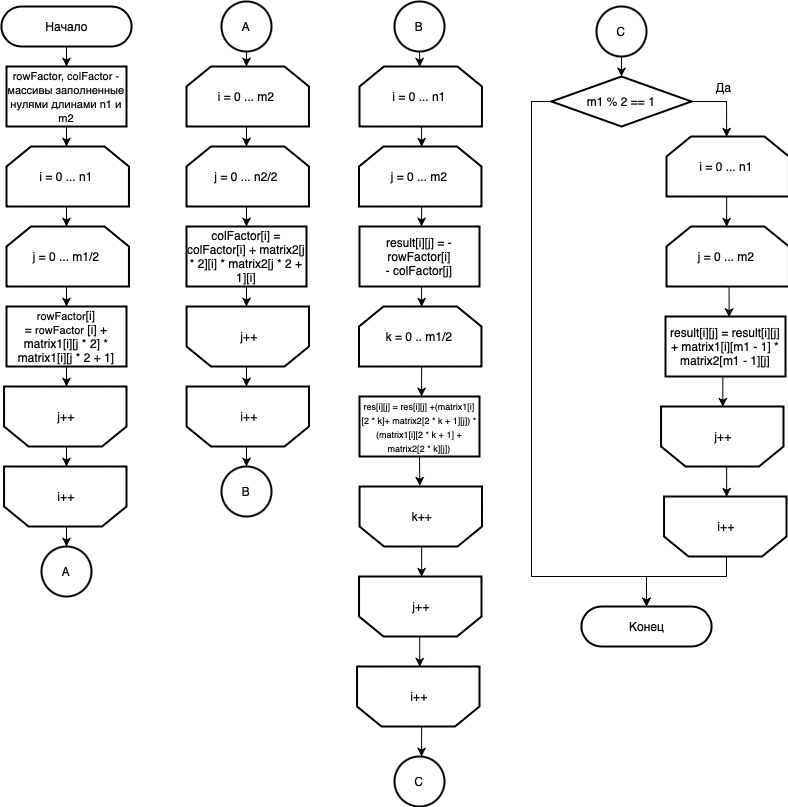
Above: lab_02/report/tex/vin.drawio.png in katya-varlamova/5-sem-aa (draw.io), before the change. Source tidied: cells renumbered, new cells last; positions are measured from the earlier drawing's top-left corner, leaving out a move shared by most shapes.
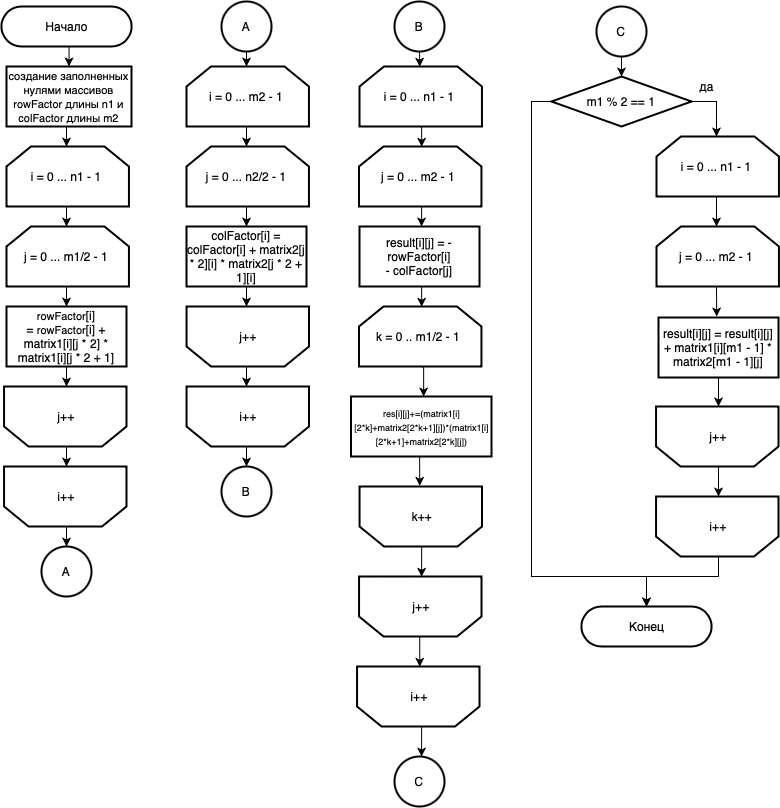
After the commit.

Diff of the diagram source:
```diff
@@ -13,8 +13,8 @@
         <mxPoint x="65" y="145" as="targetPoint" />
       </mxGeometry>
     </mxCell>
-    <mxCell id="5" value="&lt;font style=&quot;font-size: 11px&quot;&gt;rowFactor, colFactor - массивы заполненные нулями длинами n1 и m2&lt;/font&gt;" style="rounded=0;whiteSpace=wrap;html=1;strokeWidth=2;" parent="1" vertex="1">
-      <mxGeometry x="5" y="65" width="120" height="60" as="geometry" />
+    <mxCell id="5" value="&lt;span style=&quot;font-size: 11px&quot;&gt;создание заполненных нулями массивов rowFactor длины n1 и colFactor длины m2&lt;/span&gt;" style="rounded=0;whiteSpace=wrap;html=1;strokeWidth=2;" parent="1" vertex="1">
+      <mxGeometry x="5" y="65" width="125" height="60" as="geometry" />
     </mxCell>
     <mxCell id="6" style="edgeStyle=orthogonalEdgeStyle;rounded=0;orthogonalLoop=1;jettySize=auto;html=1;exitX=0.5;exitY=1;exitDx=0;exitDy=0;exitPerimeter=0;entryX=0.5;entryY=0;entryDx=0;entryDy=0;entryPerimeter=0;" parent="1" edge="1">
       <mxGeometry relative="1" as="geometry">
@@ -32,7 +32,7 @@
         <mxPoint x="65" y="385" as="targetPoint" />
       </mxGeometry>
     </mxCell>
-    <mxCell id="9" value="&lt;span style=&quot;font-size: 11px&quot;&gt;rowFactor&lt;/span&gt;[i] =&amp;nbsp;&lt;span style=&quot;font-size: 11px&quot;&gt;rowFactor&lt;/span&gt;&amp;nbsp;[i] + matrix1[i][j * 2] * matrix1[i][j * 2 + 1]" style="rounded=0;whiteSpace=wrap;html=1;strokeWidth=2;" parent="1" vertex="1">
+    <mxCell id="9" value="&lt;span style=&quot;font-size: 11px&quot;&gt;rowFactor&lt;/span&gt;[i] =&amp;nbsp;&lt;span style=&quot;font-size: 11px&quot;&gt;rowFactor&lt;/span&gt;[i] + matrix1[i][j * 2] * matrix1[i][j * 2 + 1]" style="rounded=0;whiteSpace=wrap;html=1;strokeWidth=2;" parent="1" vertex="1">
       <mxGeometry x="5" y="305" width="120" height="60" as="geometry" />
     </mxCell>
     <mxCell id="10" style="edgeStyle=orthogonalEdgeStyle;rounded=0;orthogonalLoop=1;jettySize=auto;html=1;exitX=0.5;exitY=0;exitDx=0;exitDy=0;exitPerimeter=0;entryX=0.5;entryY=1;entryDx=0;entryDy=0;entryPerimeter=0;" parent="1" edge="1">
@@ -127,8 +127,8 @@
         <mxPoint x="418.2" y="484.3" as="targetPoint" />
       </mxGeometry>
     </mxCell>
-    <mxCell id="30" value="&lt;font style=&quot;font-size: 9px&quot;&gt;res[i][j] = res[i][j] +(matrix1[i][2 * k]+ matrix2[2 * k + 1][j]) *(matrix1[i][2 * k + 1] + matrix2[2 * k][j])&lt;/font&gt;" style="rounded=0;whiteSpace=wrap;html=1;strokeWidth=2;" parent="1" vertex="1">
-      <mxGeometry x="358" y="395" width="120" height="60" as="geometry" />
+    <mxCell id="30" value="&lt;font style=&quot;font-size: 9px&quot;&gt;res[i][j]+=(matrix1[i][2*k]+matrix2[2*k+1][j])*(matrix1[i][2*k+1]+matrix2[2*k][j])&lt;/font&gt;" style="rounded=0;whiteSpace=wrap;html=1;strokeWidth=2;" parent="1" vertex="1">
+      <mxGeometry x="349.5" y="395" width="140.5" height="60" as="geometry" />
     </mxCell>
     <mxCell id="31" style="edgeStyle=orthogonalEdgeStyle;rounded=0;orthogonalLoop=1;jettySize=auto;html=1;exitX=0.5;exitY=0;exitDx=0;exitDy=0;exitPerimeter=0;entryX=0.48;entryY=1;entryDx=0;entryDy=0;entryPerimeter=0;" parent="1" edge="1">
       <mxGeometry relative="1" as="geometry">
@@ -156,16 +156,6 @@
     <mxCell id="36" value="C" style="ellipse;whiteSpace=wrap;html=1;strokeWidth=2;" parent="1" vertex="1">
       <mxGeometry x="595" y="5" width="50" height="50" as="geometry" />
     </mxCell>
-    <mxCell id="37" style="edgeStyle=orthogonalEdgeStyle;rounded=0;jettySize=auto;html=1;exitX=1;exitY=0.5;exitDx=0;exitDy=0;entryX=0.5;entryY=0;entryDx=0;entryDy=0;entryPerimeter=0;" parent="1" edge="1" source="40">
-      <mxGeometry relative="1" as="geometry">
-        <mxPoint x="725.1" y="135.2" as="targetPoint" />
-      </mxGeometry>
-    </mxCell>
-    <mxCell id="38" value="Да" style="text;html=1;align=center;verticalAlign=middle;labelBackgroundColor=#ffffff;" parent="37" vertex="1">
-      <mxGeometry x="-0.17" y="-2" relative="1" as="geometry">
-        <mxPoint x="2" y="-16.5" as="offset" />
-      </mxGeometry>
-    </mxCell>
     <mxCell id="39" style="edgeStyle=orthogonalEdgeStyle;rounded=0;jettySize=auto;html=1;exitX=0;exitY=0.5;exitDx=0;exitDy=0;entryX=0.5;entryY=0.5;entryDx=0;entryDy=-20;entryPerimeter=0;" parent="1" edge="1" source="40" target="46">
       <mxGeometry relative="1" as="geometry">
         <Array as="points">
@@ -175,44 +165,28 @@
         </Array>
       </mxGeometry>
     </mxCell>
+    <mxCell id="66" style="edgeStyle=orthogonalEdgeStyle;rounded=0;jettySize=auto;html=1;exitX=1;exitY=0.5;exitDx=0;exitDy=0;" parent="1" edge="1" source="40" target="60">
+      <mxGeometry relative="1" as="geometry" />
+    </mxCell>
     <mxCell id="40" value="m1 % 2 == 1" style="rhombus;whiteSpace=wrap;html=1;strokeWidth=2;" parent="1" vertex="1">
       <mxGeometry x="550" y="75" width="140" height="50" as="geometry" />
     </mxCell>
-    <mxCell id="41" style="edgeStyle=orthogonalEdgeStyle;rounded=0;orthogonalLoop=1;jettySize=auto;html=1;exitX=0.5;exitY=1;exitDx=0;exitDy=0;exitPerimeter=0;entryX=0.5;entryY=0;entryDx=0;entryDy=0;entryPerimeter=0;" parent="1" edge="1">
-      <mxGeometry relative="1" as="geometry">
-        <mxPoint x="725.1" y="195.2" as="sourcePoint" />
-        <mxPoint x="725.1" y="225.2" as="targetPoint" />
-      </mxGeometry>
-    </mxCell>
-    <mxCell id="42" style="edgeStyle=orthogonalEdgeStyle;rounded=0;jettySize=auto;html=1;exitX=0.5;exitY=1;exitDx=0;exitDy=0;exitPerimeter=0;entryX=0.53;entryY=0.01;entryDx=0;entryDy=0;entryPerimeter=0;" parent="1" edge="1" target="44">
-      <mxGeometry relative="1" as="geometry">
-        <mxPoint x="725.1" y="285.2" as="sourcePoint" />
-      </mxGeometry>
-    </mxCell>
-    <mxCell id="43" style="edgeStyle=orthogonalEdgeStyle;rounded=0;jettySize=auto;html=1;exitX=0.5;exitY=1;exitDx=0;exitDy=0;entryX=0.5;entryY=1;entryDx=0;entryDy=0;entryPerimeter=0;" parent="1" edge="1" source="44">
-      <mxGeometry relative="1" as="geometry">
-        <mxPoint x="721.3" y="405.2" as="targetPoint" />
-      </mxGeometry>
-    </mxCell>
+    <mxCell id="67" style="edgeStyle=orthogonalEdgeStyle;rounded=0;jettySize=auto;html=1;exitX=0.5;exitY=1;exitDx=0;exitDy=0;" parent="1" edge="1" source="44" target="62">
+      <mxGeometry relative="1" as="geometry" />
+    </mxCell>
     <mxCell id="44" value="result[i][j] = result[i][j] + matrix1[i][m1 - 1] * matrix2[m1 - 1][j]" style="rounded=0;whiteSpace=wrap;html=1;strokeWidth=2;" parent="1" vertex="1">
-      <mxGeometry x="664" y="315" width="120" height="60" as="geometry" />
+      <mxGeometry x="657" y="316" width="120" height="60" as="geometry" />
     </mxCell>
-    <mxCell id="45" style="edgeStyle=orthogonalEdgeStyle;rounded=0;orthogonalLoop=1;jettySize=auto;html=1;exitX=0.5;exitY=0;exitDx=0;exitDy=0;exitPerimeter=0;entryX=0.5;entryY=1;entryDx=0;entryDy=0;entryPerimeter=0;" parent="1" edge="1">
-      <mxGeometry relative="1" as="geometry">
-        <mxPoint x="725.1" y="465.2" as="sourcePoint" />
-        <mxPoint x="725.1" y="495.2" as="targetPoint" />
-      </mxGeometry>
-    </mxCell>
     <mxCell id="46" value="Конец" style="html=1;dashed=0;whitespace=wrap;shape=mxgraph.dfd.start;strokeWidth=2;" parent="1" vertex="1">
       <mxGeometry x="580" y="605" width="130" height="40" as="geometry" />
     </mxCell>
-    <mxCell id="47" value="i = 0 ... n1" style="strokeWidth=2;html=1;shape=(stored shape, 408 characters);whiteSpace=wrap;rotation=0;direction=east;gradientColor=#ffffff;" parent="1" vertex="1">
+    <mxCell id="47" value="i = 0 ... n1 - 1" style="strokeWidth=2;html=1;shape=(stored shape, 408 characters);whiteSpace=wrap;rotation=0;direction=east;gradientColor=#ffffff;" parent="1" vertex="1">
       <mxGeometry x="5" y="145" width="120" height="60" as="geometry" />
     </mxCell>
     <mxCell id="48" value="j++" style="strokeWidth=2;html=1;shape=(stored shape, 408 characters);whiteSpace=wrap;rotation=0;direction=west;gradientColor=#ffffff;" parent="1" vertex="1">
       <mxGeometry x="5" y="385" width="120" height="60" as="geometry" />
     </mxCell>
-    <mxCell id="49" value="j = 0 ... m1/2" style="strokeWidth=2;html=1;shape=(stored shape, 408 characters);whiteSpace=wrap;rotation=0;direction=east;gradientColor=#ffffff;" parent="1" vertex="1">
+    <mxCell id="49" value="j = 0 ... m1/2 - 1" style="strokeWidth=2;html=1;shape=(stored shape, 408 characters);whiteSpace=wrap;rotation=0;direction=east;gradientColor=#ffffff;" parent="1" vertex="1">
       <mxGeometry x="5" y="225" width="120" height="60" as="geometry" />
     </mxCell>
     <mxCell id="50" value="i++" style="strokeWidth=2;html=1;shape=(stored shape, 408 characters);whiteSpace=wrap;rotation=0;direction=west;gradientColor=#ffffff;" parent="1" vertex="1">
@@ -224,16 +198,16 @@
     <mxCell id="52" value="i++" style="strokeWidth=2;html=1;shape=(stored shape, 408 characters);whiteSpace=wrap;rotation=0;direction=west;gradientColor=#ffffff;" parent="1" vertex="1">
       <mxGeometry x="187.5" y="385" width="120" height="60" as="geometry" />
     </mxCell>
-    <mxCell id="53" value="i = 0 ... m2" style="strokeWidth=2;html=1;shape=(stored shape, 408 characters);whiteSpace=wrap;rotation=0;direction=east;gradientColor=#ffffff;" parent="1" vertex="1">
+    <mxCell id="53" value="i = 0 ... m2 - 1" style="strokeWidth=2;html=1;shape=(stored shape, 408 characters);whiteSpace=wrap;rotation=0;direction=east;gradientColor=#ffffff;" parent="1" vertex="1">
       <mxGeometry x="185" y="65" width="120" height="60" as="geometry" />
     </mxCell>
-    <mxCell id="54" value="j = 0 ... n2/2" style="strokeWidth=2;html=1;shape=(stored shape, 408 characters);whiteSpace=wrap;rotation=0;direction=east;gradientColor=#ffffff;" parent="1" vertex="1">
+    <mxCell id="54" value="j = 0 ... n2/2 - 1" style="strokeWidth=2;html=1;shape=(stored shape, 408 characters);whiteSpace=wrap;rotation=0;direction=east;gradientColor=#ffffff;" parent="1" vertex="1">
       <mxGeometry x="185" y="145" width="120" height="60" as="geometry" />
     </mxCell>
-    <mxCell id="55" value="i = 0 ... n1" style="strokeWidth=2;html=1;shape=(stored shape, 408 characters);whiteSpace=wrap;rotation=0;direction=east;gradientColor=#ffffff;" parent="1" vertex="1">
+    <mxCell id="55" value="i = 0 ... n1 - 1" style="strokeWidth=2;html=1;shape=(stored shape, 408 characters);whiteSpace=wrap;rotation=0;direction=east;gradientColor=#ffffff;" parent="1" vertex="1">
       <mxGeometry x="358" y="65" width="120" height="60" as="geometry" />
     </mxCell>
-    <mxCell id="56" value="j = 0 ... m2" style="strokeWidth=2;html=1;shape=(stored shape, 408 characters);whiteSpace=wrap;rotation=0;direction=east;gradientColor=#ffffff;" parent="1" vertex="1">
+    <mxCell id="56" value="j = 0 ... m2 - 1" style="strokeWidth=2;html=1;shape=(stored shape, 408 characters);whiteSpace=wrap;rotation=0;direction=east;gradientColor=#ffffff;" parent="1" vertex="1">
       <mxGeometry x="357.5" y="145" width="120" height="60" as="geometry" />
     </mxCell>
     <mxCell id="57" value="k++" style="strokeWidth=2;html=1;shape=(stored shape, 408 characters);whiteSpace=wrap;rotation=0;direction=west;gradientColor=#ffffff;" parent="1" vertex="1">
@@ -245,28 +219,42 @@
     <mxCell id="59" value="i++" style="strokeWidth=2;html=1;shape=(stored shape, 408 characters);whiteSpace=wrap;rotation=0;direction=west;gradientColor=#ffffff;" parent="1" vertex="1">
       <mxGeometry x="358" y="665" width="120" height="60" as="geometry" />
     </mxCell>
+    <mxCell id="68" style="edgeStyle=orthogonalEdgeStyle;rounded=0;jettySize=auto;html=1;exitX=0.5;exitY=1;exitDx=0;exitDy=0;exitPerimeter=0;" parent="1" edge="1" source="60" target="61">
+      <mxGeometry relative="1" as="geometry" />
+    </mxCell>
-    <mxCell id="60" value="i = 0 ... n1" style="strokeWidth=2;html=1;shape=(stored shape, 408 characters);whiteSpace=wrap;rotation=0;direction=east;gradientColor=#ffffff;" parent="1" vertex="1">
-      <mxGeometry x="665" y="135" width="120" height="60" as="geometry" />
+    <mxCell id="60" value="i = 0 ... n1 - 1" style="strokeWidth=2;html=1;shape=(stored shape, 408 characters);whiteSpace=wrap;rotation=0;direction=east;gradientColor=#ffffff;" parent="1" vertex="1">
+      <mxGeometry x="655" y="135" width="120" height="60" as="geometry" />
     </mxCell>
+    <mxCell id="69" style="edgeStyle=orthogonalEdgeStyle;rounded=0;jettySize=auto;html=1;exitX=0.5;exitY=1;exitDx=0;exitDy=0;exitPerimeter=0;" parent="1" edge="1" source="61">
+      <mxGeometry relative="1" as="geometry">
+        <mxPoint x="715.2" y="315" as="targetPoint" />
+      </mxGeometry>
+    </mxCell>
-    <mxCell id="61" value="j = 0 ... m2" style="strokeWidth=2;html=1;shape=(stored shape, 408 characters);whiteSpace=wrap;rotation=0;direction=east;gradientColor=#ffffff;" parent="1" vertex="1">
-      <mxGeometry x="665" y="225" width="120" height="60" as="geometry" />
+    <mxCell id="61" value="j = 0 ... m2 - 1" style="strokeWidth=2;html=1;shape=(stored shape, 408 characters);whiteSpace=wrap;rotation=0;direction=east;gradientColor=#ffffff;" parent="1" vertex="1">
+      <mxGeometry x="655" y="225" width="120" height="60" as="geometry" />
     </mxCell>
+    <mxCell id="70" style="edgeStyle=orthogonalEdgeStyle;rounded=0;jettySize=auto;html=1;exitX=0.5;exitY=0;exitDx=0;exitDy=0;exitPerimeter=0;entryX=0.5;entryY=1;entryDx=0;entryDy=0;entryPerimeter=0;" parent="1" edge="1" source="62" target="64">
+      <mxGeometry relative="1" as="geometry" />
+    </mxCell>
     <mxCell id="62" value="j++" style="strokeWidth=2;html=1;shape=(stored shape, 408 characters);whiteSpace=wrap;rotation=0;direction=west;gradientColor=#ffffff;" parent="1" vertex="1">
-      <mxGeometry x="662" y="405" width="120" height="60" as="geometry" />
+      <mxGeometry x="657" y="405" width="120" height="60" as="geometry" />
     </mxCell>
     <mxCell id="63" style="edgeStyle=orthogonalEdgeStyle;rounded=0;jettySize=auto;html=1;exitX=0.5;exitY=0;exitDx=0;exitDy=0;exitPerimeter=0;entryX=0.5;entryY=0.5;entryDx=0;entryDy=-20;entryPerimeter=0;" parent="1" edge="1" source="64" target="46">
       <mxGeometry relative="1" as="geometry">
         <Array as="points">
-          <mxPoint x="725" y="575" />
+          <mxPoint x="717" y="575" />
           <mxPoint x="645" y="575" />
         </Array>
       </mxGeometry>
     </mxCell>
     <mxCell id="64" value="i++" style="strokeWidth=2;html=1;shape=(stored shape, 408 characters);whiteSpace=wrap;rotation=0;direction=west;gradientColor=#ffffff;" parent="1" vertex="1">
-      <mxGeometry x="665" y="495" width="120" height="60" as="geometry" />
+      <mxGeometry x="657" y="495" width="120" height="60" as="geometry" />
     </mxCell>
-    <mxCell id="65" value="k = 0 .. m1/2" style="strokeWidth=2;html=1;shape=(stored shape, 408 characters);whiteSpace=wrap;rotation=0;direction=east;gradientColor=#ffffff;" parent="1" vertex="1">
+    <mxCell id="65" value="k = 0 .. m1/2 - 1" style="strokeWidth=2;html=1;shape=(stored shape, 408 characters);whiteSpace=wrap;rotation=0;direction=east;gradientColor=#ffffff;" parent="1" vertex="1">
       <mxGeometry x="357.5" y="305" width="120" height="60" as="geometry" />
     </mxCell>
+    <mxCell id="71" value="да" style="text;html=1;align=center;verticalAlign=middle;strokeColor=none;fillColor=none;" parent="1" vertex="1">
+      <mxGeometry x="690" y="75" width="30" height="20" as="geometry" />
+    </mxCell>
   </root>
 </mxGraphModel>
```
